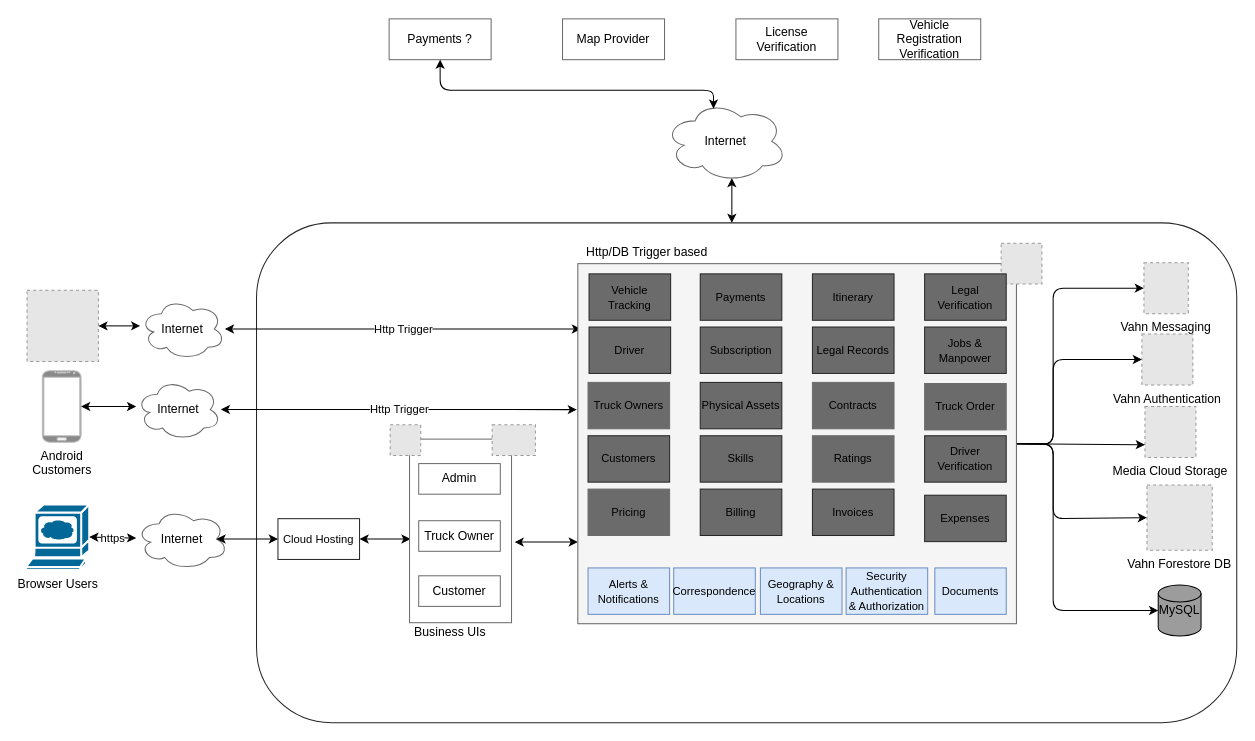
The draw.io diagram VahnArchitecture.drawio in nkapre/kapresoftprojects, before the edit. Source tidied: cells renumbered, new cells numbered last; positions are measured from the earlier drawing's top-left corner, leaving out a move shared by most shapes. Both pictures are drawn from the tidied source at 102%, with x=0, y=0 at pixel (26, 18). Pictures stored in the file or linked from it are replaced by grey dashed boxes.
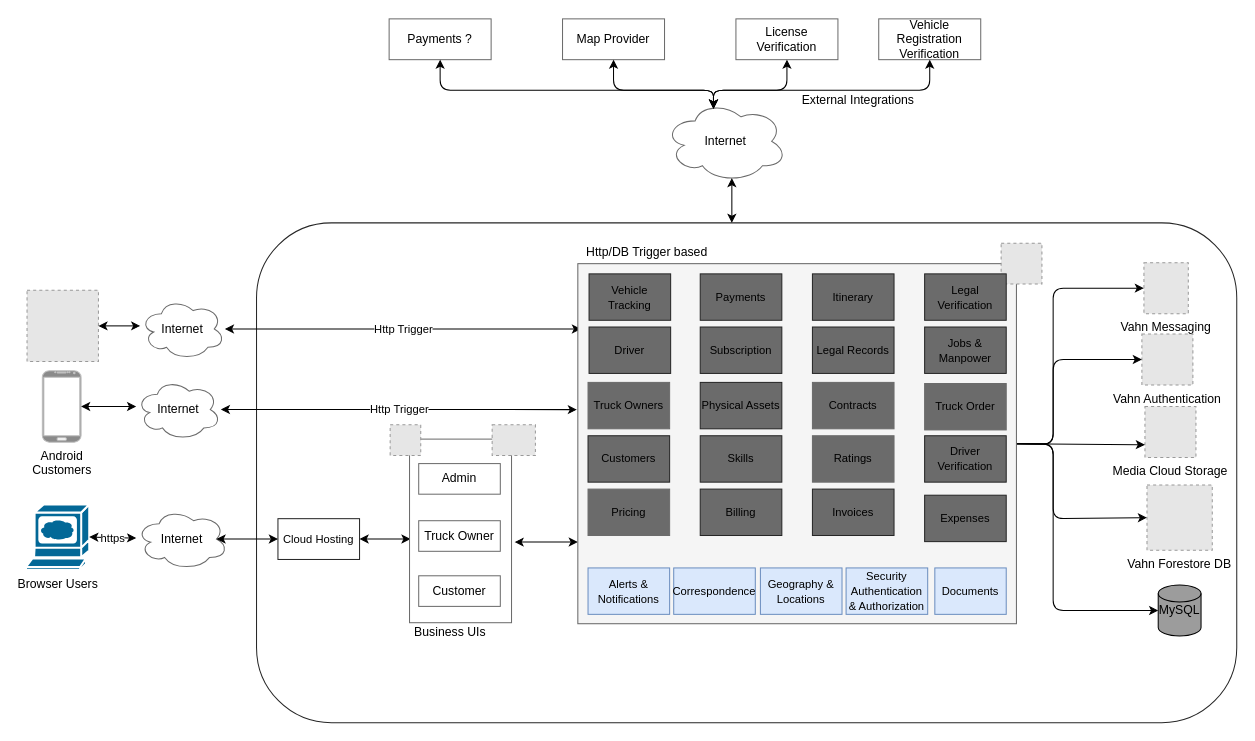
The same page after the edit.

The change refers to these unchanged cells:
```xml
<mxCell id="13" value="Internet" style="ellipse;shape=cloud;whiteSpace=wrap;html=1;strokeColor=#6B6B6B;strokeWidth=1;fillColor=#FFFFFF;" parent="1" vertex="1">
  <mxGeometry x="626" y="80" width="120" height="80" as="geometry" />
</mxCell>
<mxCell id="14" value="Map Provider" style="whiteSpace=wrap;html=1;strokeColor=#6B6B6B;strokeWidth=1;fillColor=#FFFFFF;" parent="1" vertex="1">
  <mxGeometry x="526" width="100" height="40" as="geometry" />
</mxCell>
<mxCell id="30" value="License Verification" style="whiteSpace=wrap;html=1;strokeColor=#6B6B6B;strokeWidth=1;fillColor=#FFFFFF;" parent="1" vertex="1">
  <mxGeometry x="696" width="100" height="40" as="geometry" />
</mxCell>
<mxCell id="31" value="Vehicle Registration Verification" style="whiteSpace=wrap;html=1;strokeColor=#6B6B6B;strokeWidth=1;fillColor=#FFFFFF;" parent="1" vertex="1">
  <mxGeometry x="836" width="100" height="40" as="geometry" />
</mxCell>
```

The edit, as a diff of the source:
```diff
@@
+    <mxCell id="72" style="endArrow=classic;startArrow=classic;html=1;entryX=0.4;entryY=0.1;entryDx=0;entryDy=0;entryPerimeter=0;exitX=0.5;exitY=1;exitDx=0;exitDy=0;" parent="1" edge="1" source="14" target="13">
+      <mxGeometry relative="1" as="geometry">
+        <Array as="points">
+          <mxPoint x="576" y="70" />
+          <mxPoint x="674" y="70" />
+        </Array>
+      </mxGeometry>
+    </mxCell>
+    <mxCell id="73" style="endArrow=classic;startArrow=classic;html=1;entryX=0.4;entryY=0.1;entryDx=0;entryDy=0;entryPerimeter=0;exitX=0.5;exitY=1;exitDx=0;exitDy=0;" parent="1" edge="1" source="30" target="13">
+      <mxGeometry relative="1" as="geometry">
+        <Array as="points">
+          <mxPoint x="746" y="70" />
+          <mxPoint x="674" y="70" />
+        </Array>
+      </mxGeometry>
+    </mxCell>
+    <mxCell id="74" style="endArrow=classic;startArrow=classic;html=1;entryX=0.5;entryY=1;entryDx=0;entryDy=0;exitX=0.4;exitY=0.1;exitDx=0;exitDy=0;exitPerimeter=0;" parent="1" edge="1" source="13" target="31">
+      <mxGeometry relative="1" as="geometry">
+        <Array as="points">
+          <mxPoint x="674" y="70" />
+          <mxPoint x="886" y="70" />
+        </Array>
+      </mxGeometry>
+    </mxCell>
+    <mxCell id="75" value="External Integrations" style="text;html=1;strokeColor=none;fillColor=none;align=center;verticalAlign=middle;whiteSpace=wrap;rounded=0;" parent="1" vertex="1">
+      <mxGeometry x="746" y="70" width="140" height="20" as="geometry" />
+    </mxCell>
```
